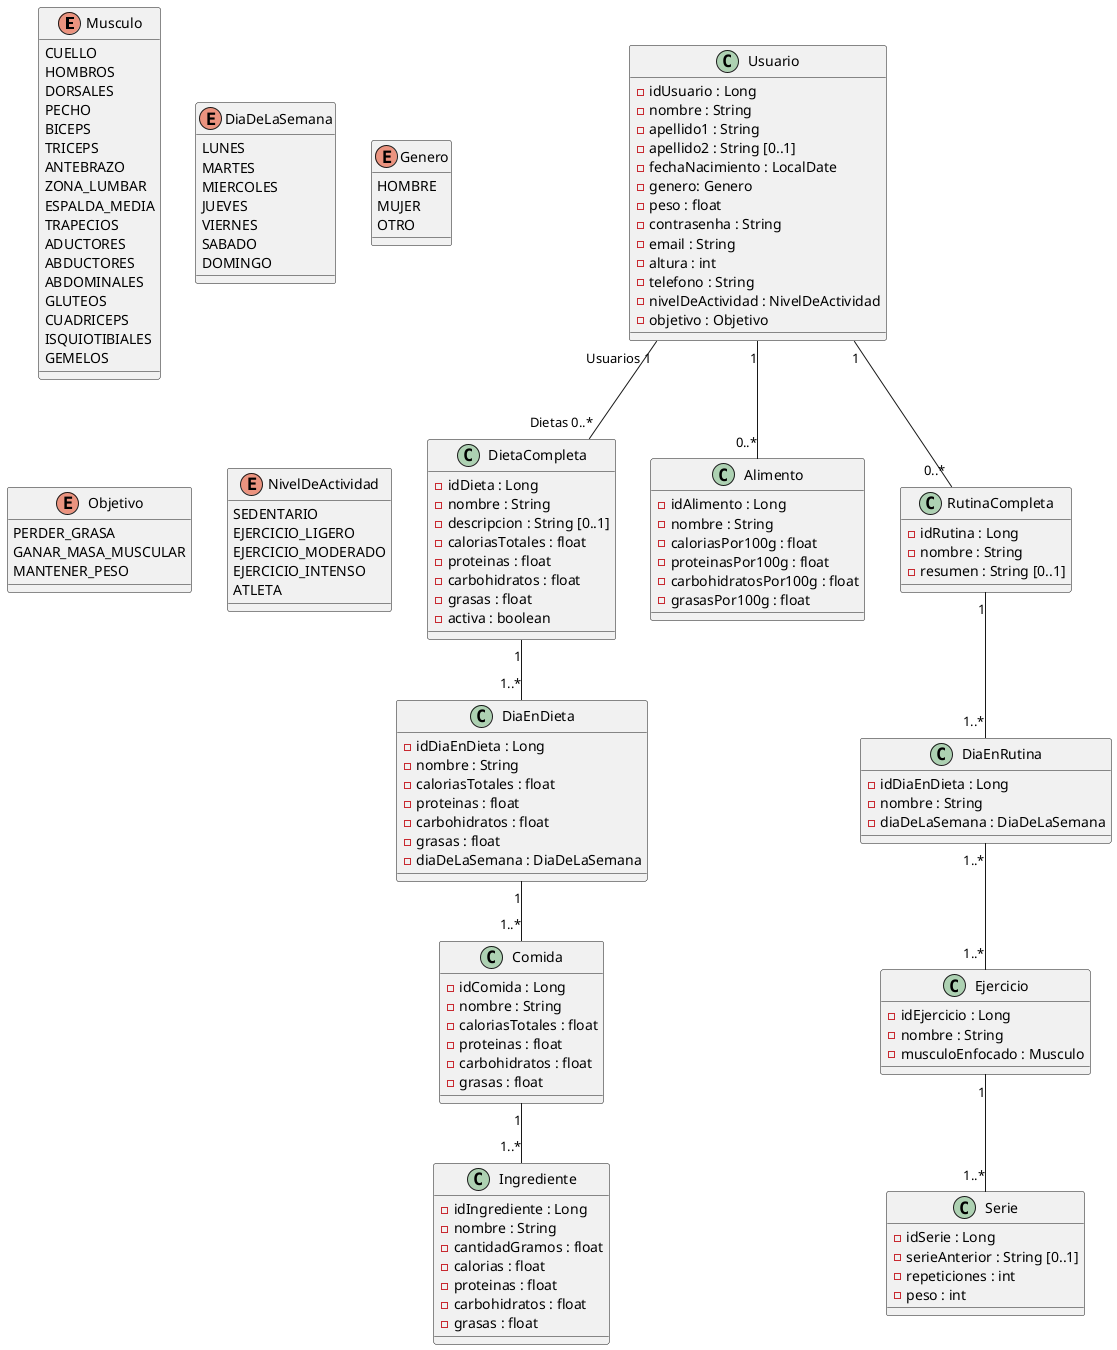
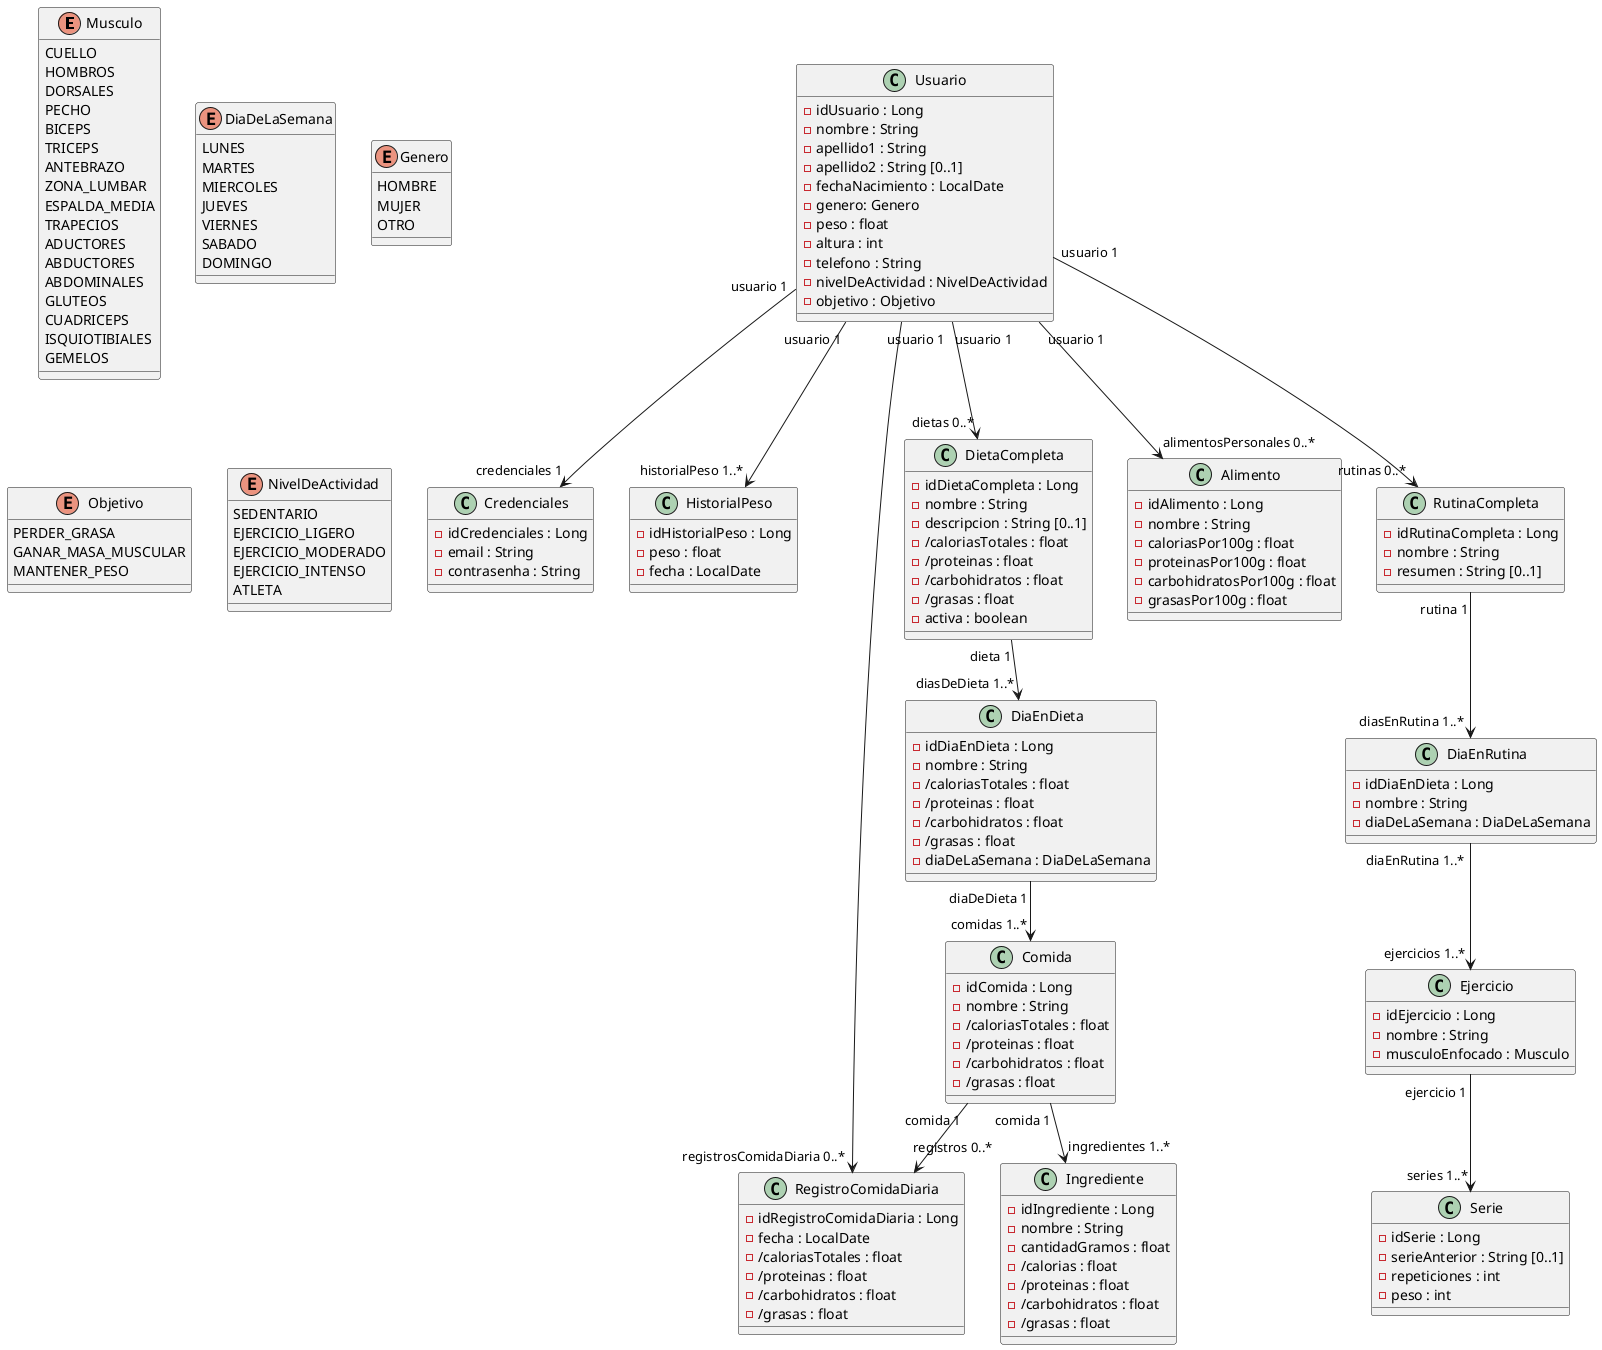
@startuml

' ========================
' ====== ENUMERADOS ======
' ========================

enum Musculo  {
CUELLO
HOMBROS
DORSALES
PECHO
BICEPS
TRICEPS
ANTEBRAZO
ZONA_LUMBAR
ESPALDA_MEDIA
TRAPECIOS
ADUCTORES
ABDUCTORES
ABDOMINALES
GLUTEOS
CUADRICEPS
ISQUIOTIBIALES
GEMELOS
}

enum DiaDeLaSemana  {
LUNES
MARTES
MIERCOLES
JUEVES
VIERNES
SABADO
DOMINGO
}

enum Genero {
HOMBRE
MUJER
OTRO
}

enum Objetivo {
    PERDER_GRASA
    GANAR_MASA_MUSCULAR
    MANTENER_PESO
}

enum NivelDeActividad {
    SEDENTARIO
    EJERCICIO_LIGERO
    EJERCICIO_MODERADO
    EJERCICIO_INTENSO
    ATLETA
}

' ========================
' ======== CLASES ========
' ========================

class Usuario {
- idUsuario : Long
- nombre : String
- apellido1 : String
- apellido2 : String [0..1]
- fechaNacimiento : LocalDate
- genero: Genero
- peso : float
- - contrasenha : String
- - email : String
- altura : int
- telefono : String
- nivelDeActividad : NivelDeActividad
- objetivo : Objetivo
}

+ class Credenciales {
+ - idCredenciales : Long
+ - email : String
+ - contrasenha : String
+ }
+ 
+ class HistorialPeso {
+ - idHistorialPeso : Long
+ - peso : float
+ - fecha : LocalDate
+ }
+ 
+ class RegistroComidaDiaria {
+ - idRegistroComidaDiaria : Long
+ - fecha : LocalDate
+ - /caloriasTotales : float
+ - /proteinas : float
+ - /carbohidratos : float
+ - /grasas : float
+ }
+ 
class DietaCompleta {
- - idDieta : Long
+ - idDietaCompleta : Long
- nombre : String
- descripcion : String [0..1]
- - caloriasTotales : float
- - proteinas : float
- - carbohidratos : float
- - grasas : float
+ - /caloriasTotales : float
+ - /proteinas : float
+ - /carbohidratos : float
+ - /grasas : float
- activa : boolean
}

class DiaEnDieta {
- idDiaEnDieta : Long
- nombre : String
- - caloriasTotales : float
- - proteinas : float
- - carbohidratos : float
- - grasas : float
+ - /caloriasTotales : float
+ - /proteinas : float
+ - /carbohidratos : float
+ - /grasas : float
- diaDeLaSemana : DiaDeLaSemana
}


class Comida {
- idComida : Long
- nombre : String
- - caloriasTotales : float
- - proteinas : float
- - carbohidratos : float
- - grasas : float
+ - /caloriasTotales : float
+ - /proteinas : float
+ - /carbohidratos : float
+ - /grasas : float
}

class Ingrediente {
- idIngrediente : Long
- nombre : String
- cantidadGramos : float
- - calorias : float
- - proteinas : float
- - carbohidratos : float
- - grasas : float
+ - /calorias : float
+ - /proteinas : float
+ - /carbohidratos : float
+ - /grasas : float
}

class Alimento {
- idAlimento : Long
- nombre : String
- caloriasPor100g : float
- proteinasPor100g : float
- carbohidratosPor100g : float
- grasasPor100g : float
}

class RutinaCompleta {
- - idRutina : Long
+ - idRutinaCompleta : Long
- nombre : String
- resumen : String [0..1]
}

class DiaEnRutina {
- idDiaEnDieta : Long
- nombre : String
- diaDeLaSemana : DiaDeLaSemana
}

class Ejercicio {
- idEjercicio : Long
- nombre : String
- musculoEnfocado : Musculo
}

class Serie {
- idSerie : Long
- serieAnterior : String [0..1]
- repeticiones : int
- peso : int
}

' ========================
' ====== RELACIONES ======
' ========================

- Usuario "Usuarios 1"  -- "Dietas 0..*" DietaCompleta
- 
- DietaCompleta "1" -- "1..*" DiaEnDieta
- 
- Usuario "1"  -- "0..*" RutinaCompleta
- 
- DiaEnDieta "1"  -- "1..*" Comida
- 
- Comida "1"  -- "1..*" Ingrediente
- 
- Usuario "1" -- "0..*" Alimento
- 
- RutinaCompleta "1"  -- "1..*" DiaEnRutina
- 
- DiaEnRutina "1..*" -- "1..*" Ejercicio
- 
- Ejercicio "1"  -- "1..*" Serie
+ Usuario "usuario 1"  --> "dietas 0..*" DietaCompleta
+ 
+ Usuario "usuario 1" --> "credenciales 1" Credenciales
+ 
+ Usuario "usuario 1" --> "historialPeso 1..*" HistorialPeso
+ 
+ Usuario "usuario 1" --> "registrosComidaDiaria 0..*" RegistroComidaDiaria
+ 
+ Comida "comida 1" --> "registros 0..*" RegistroComidaDiaria
+ 
+ DietaCompleta "dieta 1" --> "diasDeDieta 1..*" DiaEnDieta
+ 
+ Usuario "usuario 1"  --> "rutinas 0..*" RutinaCompleta
+ 
+ DiaEnDieta "diaDeDieta 1"  --> "comidas 1..*" Comida
+ 
+ Comida "comida 1"  --> "ingredientes 1..*" Ingrediente
+ 
+ Usuario "usuario 1" --> "alimentosPersonales 0..*" Alimento
+ 
+ RutinaCompleta "rutina 1"  --> "diasEnRutina 1..*" DiaEnRutina
+ 
+ DiaEnRutina "diaEnRutina 1..*" --> "ejercicios 1..*" Ejercicio
+ 
+ Ejercicio "ejercicio 1"  --> "series 1..*" Serie

@enduml